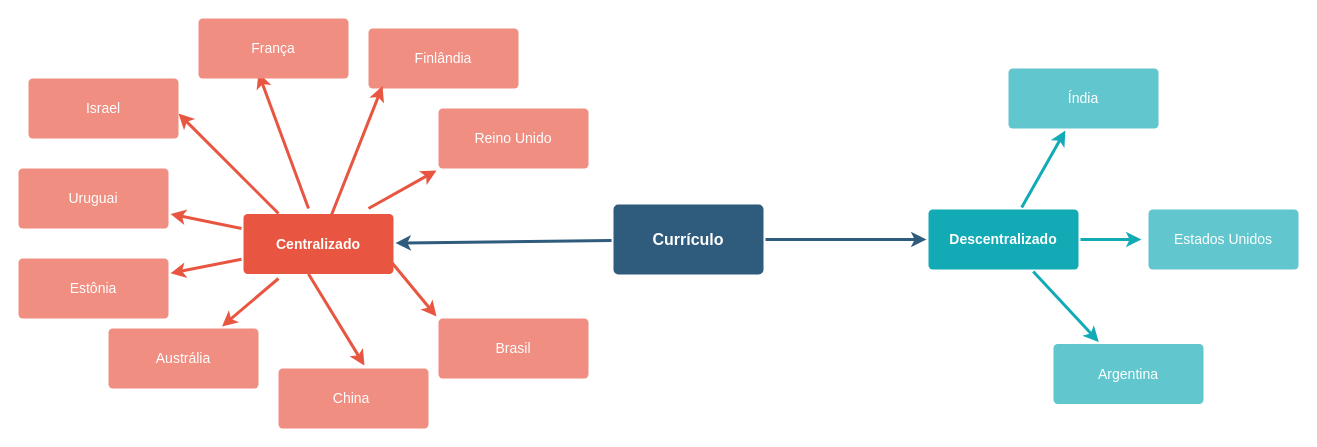
The draw.io diagram mapa curicuo centralizado e descentralizado.drawio in RosianeSangali/RosianeSangali, before the edit. Source tidied: cells renumbered, new cells numbered last; positions are measured from the earlier drawing's top-left corner, leaving out a move shared by most shapes. Both pictures are drawn from the tidied source at 100%, with x=0, y=0 at pixel (18, 18).
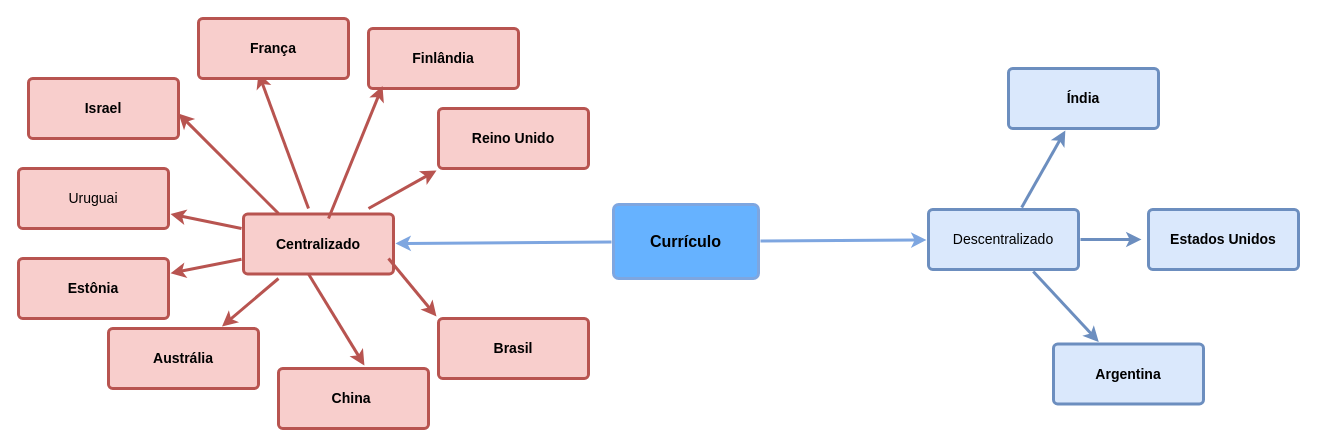
The same diagram, later.

Change to the diagram source:
```diff
@@
-    <mxCell id="2" style="edgeStyle=none;rounded=0;jumpStyle=none;html=1;shadow=0;labelBackgroundColor=none;startArrow=none;startFill=0;endArrow=classic;endFill=1;jettySize=auto;strokeColor=#2F5B7C;strokeWidth=3;fontFamily=Helvetica;fontSize=16;fontColor=#23445D;spacing=5;" parent="1" edge="1" source="4" target="12">
+    <mxCell id="2" style="edgeStyle=none;rounded=0;jumpStyle=none;html=1;shadow=0;labelBackgroundColor=none;startArrow=none;startFill=0;endArrow=classic;endFill=1;jettySize=auto;strokeColor=#7EA6E0;strokeWidth=3;fontFamily=Helvetica;fontSize=16;fontColor=#23445D;spacing=5;" parent="1" edge="1" source="4" target="12">
       <mxGeometry relative="1" as="geometry" />
     </mxCell>
-    <mxCell id="3" style="edgeStyle=none;rounded=0;jumpStyle=none;html=1;shadow=0;labelBackgroundColor=none;startArrow=none;startFill=0;endArrow=classic;endFill=1;jettySize=auto;strokeColor=#2F5B7C;strokeWidth=3;fontFamily=Helvetica;fontSize=16;fontColor=#23445D;spacing=5;" parent="1" edge="1" source="4" target="8">
+    <mxCell id="3" style="edgeStyle=none;rounded=0;jumpStyle=none;html=1;shadow=0;labelBackgroundColor=none;startArrow=none;startFill=0;endArrow=classic;endFill=1;jettySize=auto;strokeColor=#7EA6E0;strokeWidth=3;fontFamily=Helvetica;fontSize=16;fontColor=#23445D;spacing=5;" parent="1" edge="1" source="4" target="8">
       <mxGeometry relative="1" as="geometry" />
     </mxCell>
-    <mxCell id="4" value="Currículo" style="rounded=1;whiteSpace=wrap;html=1;shadow=0;labelBackgroundColor=none;strokeColor=none;strokeWidth=3;fillColor=#2F5B7C;fontFamily=Helvetica;fontSize=16;fontColor=#FFFFFF;align=center;fontStyle=1;spacing=5;arcSize=7;perimeterSpacing=2;" parent="1" vertex="1">
-      <mxGeometry x="595" y="186" width="150" height="70" as="geometry" />
+    <mxCell id="4" value="&lt;font style=&quot;color: rgb(0, 0, 0);&quot;&gt;Currículo&lt;/font&gt;" style="rounded=1;whiteSpace=wrap;html=1;shadow=0;labelBackgroundColor=none;strokeColor=#7EA6E0;strokeWidth=3;fillColor=#66B2FF;fontFamily=Helvetica;fontSize=16;fontColor=#FFFFFF;align=center;fontStyle=1;spacing=5;arcSize=7;perimeterSpacing=2;" parent="1" vertex="1">
+      <mxGeometry x="595" y="186" width="145" height="74" as="geometry" />
     </mxCell>
-    <mxCell id="5" style="edgeStyle=none;rounded=1;jumpStyle=none;html=1;shadow=0;labelBackgroundColor=none;startArrow=none;startFill=0;jettySize=auto;orthogonalLoop=1;strokeColor=#E85642;strokeWidth=3;fontFamily=Helvetica;fontSize=14;fontColor=#FFFFFF;spacing=5;fontStyle=1;fillColor=#b0e3e6;" parent="1" edge="1">
+    <mxCell id="5" style="edgeStyle=none;rounded=1;jumpStyle=none;html=1;shadow=0;labelBackgroundColor=none;startArrow=none;startFill=0;jettySize=auto;orthogonalLoop=1;strokeColor=#b85450;strokeWidth=3;fontFamily=Helvetica;fontSize=14;fontColor=#FFFFFF;spacing=5;fontStyle=1;fillColor=#f8cecc;" parent="1" edge="1">
       <mxGeometry relative="1" as="geometry">
         <mxPoint x="260" y="195" as="sourcePoint" />
         <mxPoint x="160" y="95" as="targetPoint" />
       </mxGeometry>
     </mxCell>
-    <mxCell id="6" style="edgeStyle=none;rounded=1;jumpStyle=none;html=1;shadow=0;labelBackgroundColor=none;startArrow=none;startFill=0;jettySize=auto;strokeColor=#E85642;strokeWidth=3;fontFamily=Helvetica;fontSize=14;fontColor=#FFFFFF;spacing=5;fontStyle=1;fillColor=#b0e3e6;" parent="1" edge="1" source="8" target="10">
+    <mxCell id="6" style="edgeStyle=none;rounded=1;jumpStyle=none;html=1;shadow=0;labelBackgroundColor=none;startArrow=none;startFill=0;jettySize=auto;strokeColor=#b85450;strokeWidth=3;fontFamily=Helvetica;fontSize=14;fontColor=#FFFFFF;spacing=5;fontStyle=1;fillColor=#f8cecc;" parent="1" edge="1" source="8" target="10">
       <mxGeometry relative="1" as="geometry" />
     </mxCell>
-    <mxCell id="7" style="edgeStyle=none;rounded=1;jumpStyle=none;html=1;shadow=0;labelBackgroundColor=none;startArrow=none;startFill=0;jettySize=auto;strokeColor=#E85642;strokeWidth=3;fontFamily=Helvetica;fontSize=14;fontColor=#FFFFFF;spacing=5;fontStyle=1;fillColor=#b0e3e6;" parent="1" edge="1" source="8" target="9">
+    <mxCell id="7" style="edgeStyle=none;rounded=1;jumpStyle=none;html=1;shadow=0;labelBackgroundColor=none;startArrow=none;startFill=0;jettySize=auto;strokeColor=#b85450;strokeWidth=3;fontFamily=Helvetica;fontSize=14;fontColor=#FFFFFF;spacing=5;fontStyle=1;fillColor=#f8cecc;" parent="1" edge="1" source="8" target="9">
       <mxGeometry relative="1" as="geometry" />
     </mxCell>
-    <mxCell id="8" value="Centralizado" style="rounded=1;whiteSpace=wrap;html=1;shadow=0;labelBackgroundColor=none;strokeColor=none;strokeWidth=3;fillColor=#e85642;fontFamily=Helvetica;fontSize=14;fontColor=#FFFFFF;align=center;spacing=5;fontStyle=1;arcSize=7;perimeterSpacing=2;" parent="1" vertex="1">
+    <mxCell id="8" value="&lt;font style=&quot;color: rgb(0, 0, 0);&quot;&gt;Centralizado&lt;/font&gt;" style="rounded=1;whiteSpace=wrap;html=1;shadow=0;labelBackgroundColor=none;strokeColor=#b85450;strokeWidth=3;fillColor=#f8cecc;fontFamily=Helvetica;fontSize=14;align=center;spacing=5;fontStyle=1;arcSize=7;perimeterSpacing=2;" parent="1" vertex="1">
       <mxGeometry x="225" y="195.5" width="150" height="60" as="geometry" />
     </mxCell>
-    <mxCell id="9" value="Estônia" style="rounded=1;whiteSpace=wrap;html=1;shadow=0;labelBackgroundColor=none;strokeColor=none;strokeWidth=3;fillColor=#f08e81;fontFamily=Helvetica;fontSize=14;fontColor=#FFFFFF;align=center;spacing=5;fontStyle=0;arcSize=7;perimeterSpacing=2;" parent="1" vertex="1">
+    <mxCell id="9" value="&lt;b&gt;&lt;font style=&quot;color: rgb(0, 0, 0);&quot;&gt;Estônia&lt;/font&gt;&lt;/b&gt;" style="rounded=1;whiteSpace=wrap;html=1;shadow=0;labelBackgroundColor=none;strokeColor=#b85450;strokeWidth=3;fillColor=#f8cecc;fontFamily=Helvetica;fontSize=14;align=center;spacing=5;fontStyle=0;arcSize=7;perimeterSpacing=2;" parent="1" vertex="1">
       <mxGeometry y="240" width="150" height="60" as="geometry" />
     </mxCell>
-    <mxCell id="10" value="Uruguai" style="rounded=1;whiteSpace=wrap;html=1;shadow=0;labelBackgroundColor=none;strokeColor=none;strokeWidth=3;fillColor=#f08e81;fontFamily=Helvetica;fontSize=14;fontColor=#FFFFFF;align=center;spacing=5;fontStyle=0;arcSize=7;perimeterSpacing=2;" parent="1" vertex="1">
+    <mxCell id="10" value="&lt;font style=&quot;color: rgb(0, 0, 0);&quot;&gt;Uruguai&lt;/font&gt;" style="rounded=1;whiteSpace=wrap;html=1;shadow=0;labelBackgroundColor=none;strokeColor=#b85450;strokeWidth=3;fillColor=#f8cecc;fontFamily=Helvetica;fontSize=14;align=center;spacing=5;fontStyle=0;arcSize=7;perimeterSpacing=2;" parent="1" vertex="1">
       <mxGeometry y="150" width="150" height="60" as="geometry" />
     </mxCell>
-    <mxCell id="11" value="Israel" style="rounded=1;whiteSpace=wrap;html=1;shadow=0;labelBackgroundColor=none;strokeColor=none;strokeWidth=3;fillColor=#f08e81;fontFamily=Helvetica;fontSize=14;fontColor=#FFFFFF;align=center;spacing=5;fontStyle=0;arcSize=7;perimeterSpacing=2;" parent="1" vertex="1">
+    <mxCell id="11" value="&lt;span&gt;&lt;font style=&quot;color: rgb(0, 0, 0);&quot;&gt;&lt;b&gt;Israel&lt;/b&gt;&lt;/font&gt;&lt;/span&gt;" style="rounded=1;whiteSpace=wrap;html=1;shadow=0;labelBackgroundColor=none;strokeColor=#b85450;strokeWidth=3;fillColor=#f8cecc;fontFamily=Helvetica;fontSize=14;align=center;spacing=5;fontStyle=0;arcSize=7;perimeterSpacing=2;" parent="1" vertex="1">
       <mxGeometry x="10" y="60" width="150" height="60" as="geometry" />
     </mxCell>
-    <mxCell id="12" value="Descentralizado" style="rounded=1;whiteSpace=wrap;html=1;shadow=0;labelBackgroundColor=none;strokeColor=none;strokeWidth=3;fillColor=#12aab5;fontFamily=Helvetica;fontSize=14;fontColor=#FFFFFF;align=center;spacing=5;fontStyle=1;arcSize=7;perimeterSpacing=2;" parent="1" vertex="1">
+    <mxCell id="12" value="&lt;span style=&quot;font-weight: normal;&quot;&gt;&lt;font style=&quot;color: rgb(0, 0, 0);&quot;&gt;Descentralizado&lt;/font&gt;&lt;/span&gt;" style="rounded=1;whiteSpace=wrap;html=1;shadow=0;labelBackgroundColor=none;strokeColor=#6c8ebf;strokeWidth=3;fillColor=#dae8fc;fontFamily=Helvetica;fontSize=14;align=center;spacing=5;fontStyle=1;arcSize=7;perimeterSpacing=2;" parent="1" vertex="1">
       <mxGeometry x="910" y="191" width="150" height="60" as="geometry" />
     </mxCell>
-    <mxCell id="13" value="Argentina" style="rounded=1;whiteSpace=wrap;html=1;shadow=0;labelBackgroundColor=none;strokeColor=none;strokeWidth=3;fillColor=#61c6ce;fontFamily=Helvetica;fontSize=14;fontColor=#FFFFFF;align=center;spacing=5;fontStyle=0;arcSize=7;perimeterSpacing=2;" parent="1" vertex="1">
+    <mxCell id="13" value="&lt;b&gt;&lt;font style=&quot;color: rgb(0, 0, 0);&quot;&gt;Argentina&lt;/font&gt;&lt;/b&gt;" style="rounded=1;whiteSpace=wrap;html=1;shadow=0;labelBackgroundColor=none;strokeColor=#6c8ebf;strokeWidth=3;fillColor=#dae8fc;fontFamily=Helvetica;fontSize=14;align=center;spacing=5;fontStyle=0;arcSize=7;perimeterSpacing=2;" parent="1" vertex="1">
       <mxGeometry x="1035" y="325.5" width="150" height="60" as="geometry" />
     </mxCell>
-    <mxCell id="14" style="edgeStyle=none;rounded=1;jumpStyle=none;html=1;shadow=0;labelBackgroundColor=none;startArrow=none;startFill=0;jettySize=auto;strokeColor=#12AAB5;strokeWidth=3;fontFamily=Helvetica;fontSize=14;fontColor=#FFFFFF;spacing=5;fontStyle=1;fillColor=#b0e3e6;" parent="1" edge="1" source="12" target="13">
+    <mxCell id="14" style="edgeStyle=none;rounded=1;jumpStyle=none;html=1;shadow=0;labelBackgroundColor=none;startArrow=none;startFill=0;jettySize=auto;strokeColor=#6c8ebf;strokeWidth=3;fontFamily=Helvetica;fontSize=14;fontColor=#FFFFFF;spacing=5;fontStyle=1;fillColor=#dae8fc;" parent="1" edge="1" source="12" target="13">
       <mxGeometry relative="1" as="geometry" />
     </mxCell>
-    <mxCell id="15" value="Estados Unidos" style="rounded=1;whiteSpace=wrap;html=1;shadow=0;labelBackgroundColor=none;strokeColor=none;strokeWidth=3;fillColor=#61c6ce;fontFamily=Helvetica;fontSize=14;fontColor=#FFFFFF;align=center;spacing=5;fontStyle=0;arcSize=7;perimeterSpacing=2;" parent="1" vertex="1">
+    <mxCell id="15" value="&lt;b&gt;&lt;font style=&quot;color: rgb(0, 0, 0);&quot;&gt;Estados Unidos&lt;/font&gt;&lt;/b&gt;" style="rounded=1;whiteSpace=wrap;html=1;shadow=0;labelBackgroundColor=none;strokeColor=#6c8ebf;strokeWidth=3;fillColor=#dae8fc;fontFamily=Helvetica;fontSize=14;align=center;spacing=5;fontStyle=0;arcSize=7;perimeterSpacing=2;" parent="1" vertex="1">
       <mxGeometry x="1130" y="191" width="150" height="60" as="geometry" />
     </mxCell>
-    <mxCell id="16" style="edgeStyle=none;rounded=1;jumpStyle=none;html=1;shadow=0;labelBackgroundColor=none;startArrow=none;startFill=0;jettySize=auto;strokeColor=#12AAB5;strokeWidth=3;fontFamily=Helvetica;fontSize=14;fontColor=#FFFFFF;spacing=5;fontStyle=1;fillColor=#b0e3e6;" parent="1" edge="1" source="12">
+    <mxCell id="16" style="edgeStyle=none;rounded=1;jumpStyle=none;html=1;shadow=0;labelBackgroundColor=none;startArrow=none;startFill=0;jettySize=auto;strokeColor=#6c8ebf;strokeWidth=3;fontFamily=Helvetica;fontSize=14;fontColor=#FFFFFF;spacing=5;fontStyle=1;fillColor=#dae8fc;" parent="1" edge="1" source="12">
       <mxGeometry relative="1" as="geometry">
         <mxPoint x="1123" y="221" as="targetPoint" />
       </mxGeometry>
     </mxCell>
-    <mxCell id="17" value="Índia" style="rounded=1;whiteSpace=wrap;html=1;shadow=0;labelBackgroundColor=none;strokeColor=none;strokeWidth=3;fillColor=#61c6ce;fontFamily=Helvetica;fontSize=14;fontColor=#FFFFFF;align=center;spacing=5;fontStyle=0;arcSize=7;perimeterSpacing=2;" parent="1" vertex="1">
+    <mxCell id="17" value="&lt;b&gt;&lt;font style=&quot;color: rgb(0, 0, 0);&quot;&gt;Índia&lt;/font&gt;&lt;/b&gt;" style="rounded=1;whiteSpace=wrap;html=1;shadow=0;labelBackgroundColor=none;strokeColor=#6c8ebf;strokeWidth=3;fillColor=#dae8fc;fontFamily=Helvetica;fontSize=14;align=center;spacing=5;fontStyle=0;arcSize=7;perimeterSpacing=2;" parent="1" vertex="1">
       <mxGeometry x="990" y="50" width="150" height="60" as="geometry" />
     </mxCell>
-    <mxCell id="18" style="edgeStyle=none;rounded=1;jumpStyle=none;html=1;shadow=0;labelBackgroundColor=none;startArrow=none;startFill=0;jettySize=auto;strokeColor=#12AAB5;strokeWidth=3;fontFamily=Helvetica;fontSize=14;fontColor=#FFFFFF;spacing=5;fontStyle=1;fillColor=#b0e3e6;" parent="1" edge="1" source="12" target="17">
+    <mxCell id="18" style="edgeStyle=none;rounded=1;jumpStyle=none;html=1;shadow=0;labelBackgroundColor=none;startArrow=none;startFill=0;jettySize=auto;strokeColor=#6c8ebf;strokeWidth=3;fontFamily=Helvetica;fontSize=14;fontColor=#FFFFFF;spacing=5;fontStyle=1;fillColor=#dae8fc;" parent="1" edge="1" source="12" target="17">
       <mxGeometry relative="1" as="geometry" />
     </mxCell>
-    <mxCell id="19" style="edgeStyle=none;rounded=1;jumpStyle=none;html=1;shadow=0;labelBackgroundColor=none;startArrow=none;startFill=0;jettySize=auto;orthogonalLoop=1;strokeColor=#E85642;strokeWidth=3;fontFamily=Helvetica;fontSize=14;fontColor=#FFFFFF;spacing=5;fontStyle=1;fillColor=#b0e3e6;" parent="1" edge="1">
+    <mxCell id="19" style="edgeStyle=none;rounded=1;jumpStyle=none;html=1;shadow=0;labelBackgroundColor=none;startArrow=none;startFill=0;jettySize=auto;orthogonalLoop=1;strokeColor=#b85450;strokeWidth=3;fontFamily=Helvetica;fontSize=14;fontColor=#FFFFFF;spacing=5;fontStyle=1;fillColor=#f8cecc;" parent="1" edge="1">
       <mxGeometry relative="1" as="geometry">
         <mxPoint x="290" y="190" as="sourcePoint" />
         <mxPoint x="240" y="54.5" as="targetPoint" />
       </mxGeometry>
     </mxCell>
-    <mxCell id="20" value="França" style="rounded=1;whiteSpace=wrap;html=1;shadow=0;labelBackgroundColor=none;strokeColor=none;strokeWidth=3;fillColor=#f08e81;fontFamily=Helvetica;fontSize=14;fontColor=#FFFFFF;align=center;spacing=5;fontStyle=0;arcSize=7;perimeterSpacing=2;" parent="1" vertex="1">
+    <mxCell id="20" value="&lt;b&gt;&lt;font style=&quot;color: rgb(0, 0, 0);&quot;&gt;França&lt;/font&gt;&lt;/b&gt;" style="rounded=1;whiteSpace=wrap;html=1;shadow=0;labelBackgroundColor=none;strokeColor=#b85450;strokeWidth=3;fillColor=#f8cecc;fontFamily=Helvetica;fontSize=14;align=center;spacing=5;fontStyle=0;arcSize=7;perimeterSpacing=2;" parent="1" vertex="1">
       <mxGeometry x="180" width="150" height="60" as="geometry" />
     </mxCell>
-    <mxCell id="21" value="Finlândia" style="rounded=1;whiteSpace=wrap;html=1;shadow=0;labelBackgroundColor=none;strokeColor=none;strokeWidth=3;fillColor=#f08e81;fontFamily=Helvetica;fontSize=14;fontColor=#FFFFFF;align=center;spacing=5;fontStyle=0;arcSize=7;perimeterSpacing=2;" parent="1" vertex="1">
+    <mxCell id="21" value="&lt;font style=&quot;color: rgb(0, 0, 0);&quot;&gt;&lt;b&gt;Finlândia&lt;/b&gt;&lt;/font&gt;" style="rounded=1;whiteSpace=wrap;html=1;shadow=0;labelBackgroundColor=none;strokeColor=#b85450;strokeWidth=3;fillColor=#f8cecc;fontFamily=Helvetica;fontSize=14;align=center;spacing=5;fontStyle=0;arcSize=7;perimeterSpacing=2;" parent="1" vertex="1">
       <mxGeometry x="350" y="10" width="150" height="60" as="geometry" />
     </mxCell>
-    <mxCell id="22" value="China&amp;nbsp;" style="rounded=1;whiteSpace=wrap;html=1;shadow=0;labelBackgroundColor=none;strokeColor=none;strokeWidth=3;fillColor=#f08e81;fontFamily=Helvetica;fontSize=14;fontColor=#FFFFFF;align=center;spacing=5;fontStyle=0;arcSize=7;perimeterSpacing=2;" parent="1" vertex="1">
+    <mxCell id="22" value="&lt;font style=&quot;color: rgb(0, 0, 0);&quot;&gt;&lt;b&gt;China&amp;nbsp;&lt;/b&gt;&lt;/font&gt;" style="rounded=1;whiteSpace=wrap;html=1;shadow=0;labelBackgroundColor=none;strokeColor=#b85450;strokeWidth=3;fillColor=#f8cecc;fontFamily=Helvetica;fontSize=14;align=center;spacing=5;fontStyle=0;arcSize=7;perimeterSpacing=2;" parent="1" vertex="1">
       <mxGeometry x="260" y="350" width="150" height="60" as="geometry" />
     </mxCell>
-    <mxCell id="23" value="Austrália" style="rounded=1;whiteSpace=wrap;html=1;shadow=0;labelBackgroundColor=none;strokeColor=none;strokeWidth=3;fillColor=#f08e81;fontFamily=Helvetica;fontSize=14;fontColor=#FFFFFF;align=center;spacing=5;fontStyle=0;arcSize=7;perimeterSpacing=2;" parent="1" vertex="1">
+    <mxCell id="23" value="&lt;b&gt;&lt;font style=&quot;color: rgb(0, 0, 0);&quot;&gt;Austrália&lt;/font&gt;&lt;/b&gt;" style="rounded=1;whiteSpace=wrap;html=1;shadow=0;labelBackgroundColor=none;strokeColor=#b85450;strokeWidth=3;fillColor=#f8cecc;fontFamily=Helvetica;fontSize=14;align=center;spacing=5;fontStyle=0;arcSize=7;perimeterSpacing=2;" parent="1" vertex="1">
       <mxGeometry x="90" y="310" width="150" height="60" as="geometry" />
     </mxCell>
-    <mxCell id="24" style="edgeStyle=none;rounded=1;jumpStyle=none;html=1;shadow=0;labelBackgroundColor=none;startArrow=none;startFill=0;jettySize=auto;strokeColor=#E85642;strokeWidth=3;fontFamily=Helvetica;fontSize=14;fontColor=#FFFFFF;spacing=5;fontStyle=1;fillColor=#b0e3e6;exitX=0.5;exitY=0;exitDx=0;exitDy=0;entryX=0.104;entryY=0.93;entryDx=0;entryDy=0;entryPerimeter=0;" parent="1" edge="1" target="21">
+    <mxCell id="24" style="edgeStyle=none;rounded=1;jumpStyle=none;html=1;shadow=0;labelBackgroundColor=none;startArrow=none;startFill=0;jettySize=auto;strokeColor=#b85450;strokeWidth=3;fontFamily=Helvetica;fontSize=14;fontColor=#FFFFFF;spacing=5;fontStyle=1;fillColor=#f8cecc;entryX=0.104;entryY=0.93;entryDx=0;entryDy=0;entryPerimeter=0;" parent="1" edge="1" target="21">
       <mxGeometry relative="1" as="geometry">
-        <mxPoint x="310" y="204" as="sourcePoint" />
+        <mxPoint x="310" y="200" as="sourcePoint" />
       </mxGeometry>
     </mxCell>
-    <mxCell id="25" style="edgeStyle=none;rounded=1;jumpStyle=none;html=1;shadow=0;labelBackgroundColor=none;startArrow=none;startFill=0;jettySize=auto;strokeColor=#E85642;strokeWidth=3;fontFamily=Helvetica;fontSize=14;fontColor=#FFFFFF;spacing=5;fontStyle=1;fillColor=#b0e3e6;entryX=0.75;entryY=0;entryDx=0;entryDy=0;" parent="1" edge="1" target="23">
+    <mxCell id="25" style="edgeStyle=none;rounded=1;jumpStyle=none;html=1;shadow=0;labelBackgroundColor=none;startArrow=none;startFill=0;jettySize=auto;strokeColor=#b85450;strokeWidth=3;fontFamily=Helvetica;fontSize=14;fontColor=#FFFFFF;spacing=5;fontStyle=1;fillColor=#f8cecc;entryX=0.75;entryY=0;entryDx=0;entryDy=0;" parent="1" edge="1" target="23">
       <mxGeometry relative="1" as="geometry">
         <mxPoint x="260" y="260" as="sourcePoint" />
       </mxGeometry>
     </mxCell>
-    <mxCell id="26" style="edgeStyle=none;rounded=1;jumpStyle=none;html=1;shadow=0;labelBackgroundColor=none;startArrow=none;startFill=0;jettySize=auto;strokeColor=#E85642;strokeWidth=3;fontFamily=Helvetica;fontSize=14;fontColor=#FFFFFF;spacing=5;fontStyle=1;fillColor=#b0e3e6;entryX=0;entryY=0;entryDx=0;entryDy=0;" parent="1" edge="1" target="27">
+    <mxCell id="26" style="edgeStyle=none;rounded=1;jumpStyle=none;html=1;shadow=0;labelBackgroundColor=none;startArrow=none;startFill=0;jettySize=auto;strokeColor=#b85450;strokeWidth=3;fontFamily=Helvetica;fontSize=14;fontColor=#FFFFFF;spacing=5;fontStyle=1;fillColor=#f8cecc;entryX=0;entryY=0;entryDx=0;entryDy=0;" parent="1" edge="1" target="27">
       <mxGeometry relative="1" as="geometry">
         <mxPoint x="370" y="240" as="sourcePoint" />
       </mxGeometry>
     </mxCell>
-    <mxCell id="27" value="Brasil" style="rounded=1;whiteSpace=wrap;html=1;shadow=0;labelBackgroundColor=none;strokeColor=none;strokeWidth=3;fillColor=#f08e81;fontFamily=Helvetica;fontSize=14;fontColor=#FFFFFF;align=center;spacing=5;fontStyle=0;arcSize=7;perimeterSpacing=2;" parent="1" vertex="1">
+    <mxCell id="27" value="&lt;b&gt;&lt;font style=&quot;color: rgb(0, 0, 0);&quot;&gt;Brasil&lt;/font&gt;&lt;/b&gt;" style="rounded=1;whiteSpace=wrap;html=1;shadow=0;labelBackgroundColor=none;strokeColor=#b85450;strokeWidth=3;fillColor=#f8cecc;fontFamily=Helvetica;fontSize=14;align=center;spacing=5;fontStyle=0;arcSize=7;perimeterSpacing=2;" parent="1" vertex="1">
       <mxGeometry x="420" y="300" width="150" height="60" as="geometry" />
     </mxCell>
-    <mxCell id="28" value="Reino Unido" style="rounded=1;whiteSpace=wrap;html=1;shadow=0;labelBackgroundColor=none;strokeColor=none;strokeWidth=3;fillColor=#f08e81;fontFamily=Helvetica;fontSize=14;fontColor=#FFFFFF;align=center;spacing=5;fontStyle=0;arcSize=7;perimeterSpacing=2;" parent="1" vertex="1">
+    <mxCell id="28" value="&lt;font style=&quot;color: rgb(0, 0, 0);&quot;&gt;&lt;b&gt;Reino Unido&lt;/b&gt;&lt;/font&gt;" style="rounded=1;whiteSpace=wrap;html=1;shadow=0;labelBackgroundColor=none;strokeColor=#b85450;strokeWidth=3;fillColor=#f8cecc;fontFamily=Helvetica;fontSize=14;align=center;spacing=5;fontStyle=0;arcSize=7;perimeterSpacing=2;" parent="1" vertex="1">
       <mxGeometry x="420" y="90" width="150" height="60" as="geometry" />
     </mxCell>
-    <mxCell id="29" style="edgeStyle=none;rounded=1;jumpStyle=none;html=1;shadow=0;labelBackgroundColor=none;startArrow=none;startFill=0;jettySize=auto;strokeColor=#E85642;strokeWidth=3;fontFamily=Helvetica;fontSize=14;fontColor=#FFFFFF;spacing=5;fontStyle=1;fillColor=#b0e3e6;entryX=0.571;entryY=-0.016;entryDx=0;entryDy=0;entryPerimeter=0;" parent="1" edge="1" target="22">
+    <mxCell id="29" style="edgeStyle=none;rounded=1;jumpStyle=none;html=1;shadow=0;labelBackgroundColor=none;startArrow=none;startFill=0;jettySize=auto;strokeColor=#b85450;strokeWidth=3;fontFamily=Helvetica;fontSize=14;fontColor=#FFFFFF;spacing=5;fontStyle=1;fillColor=#f8cecc;entryX=0.571;entryY=-0.016;entryDx=0;entryDy=0;entryPerimeter=0;" parent="1" edge="1" target="22">
       <mxGeometry relative="1" as="geometry">
         <mxPoint x="290" y="255.5" as="sourcePoint" />
       </mxGeometry>
     </mxCell>
-    <mxCell id="30" style="edgeStyle=none;rounded=1;jumpStyle=none;html=1;shadow=0;labelBackgroundColor=none;startArrow=none;startFill=0;jettySize=auto;strokeColor=#E85642;strokeWidth=3;fontFamily=Helvetica;fontSize=14;fontColor=#FFFFFF;spacing=5;fontStyle=1;fillColor=#b0e3e6;entryX=0;entryY=1;entryDx=0;entryDy=0;" parent="1" edge="1" target="28">
+    <mxCell id="30" style="edgeStyle=none;rounded=1;jumpStyle=none;html=1;shadow=0;labelBackgroundColor=none;startArrow=none;startFill=0;jettySize=auto;strokeColor=#b85450;strokeWidth=3;fontFamily=Helvetica;fontSize=14;fontColor=#FFFFFF;spacing=5;fontStyle=1;fillColor=#f8cecc;entryX=0;entryY=1;entryDx=0;entryDy=0;" parent="1" edge="1" target="28">
       <mxGeometry relative="1" as="geometry">
         <mxPoint x="350" y="190" as="sourcePoint" />
       </mxGeometry>
     </mxCell>
```
